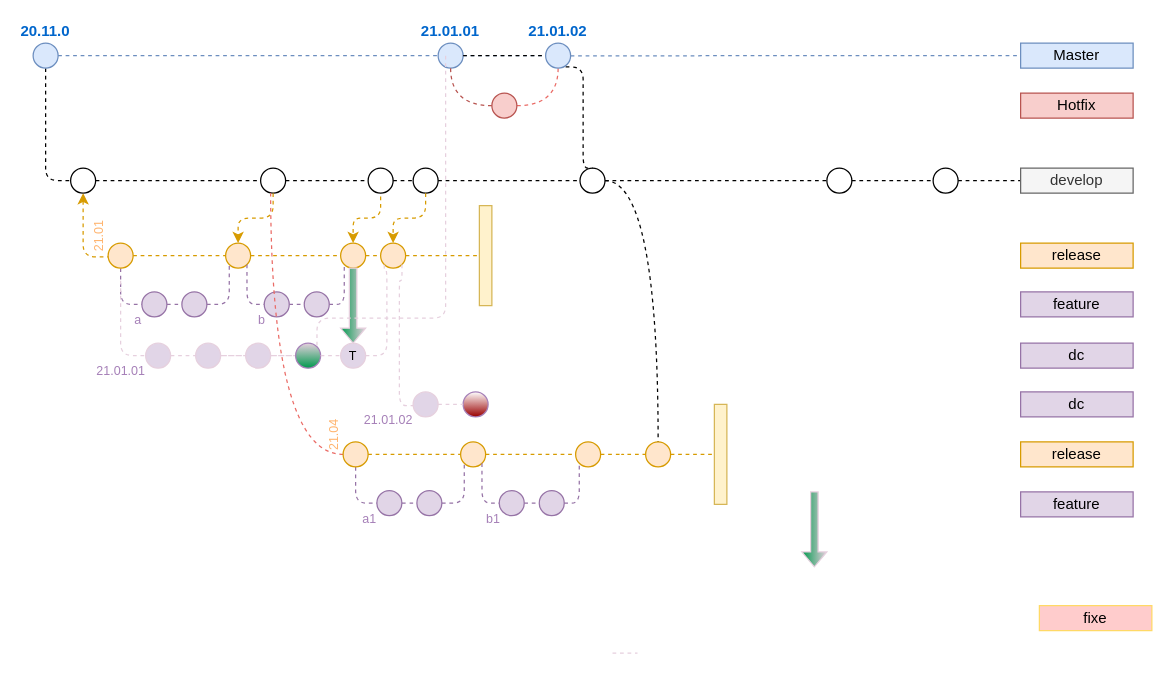
Earlier version of the draw.io diagram page "mw-roa-rel-simple" (4 of 5) of Untitled Diagram.drawio (salmen/gitflowdiagram). Source tidied: cells renumbered, new cells numbered last; positions are measured from the earlier drawing's top-left corner, leaving out a move shared by most shapes. Both pictures are drawn from the tidied source at 125%, with x=0, y=0 at pixel (32, 42).
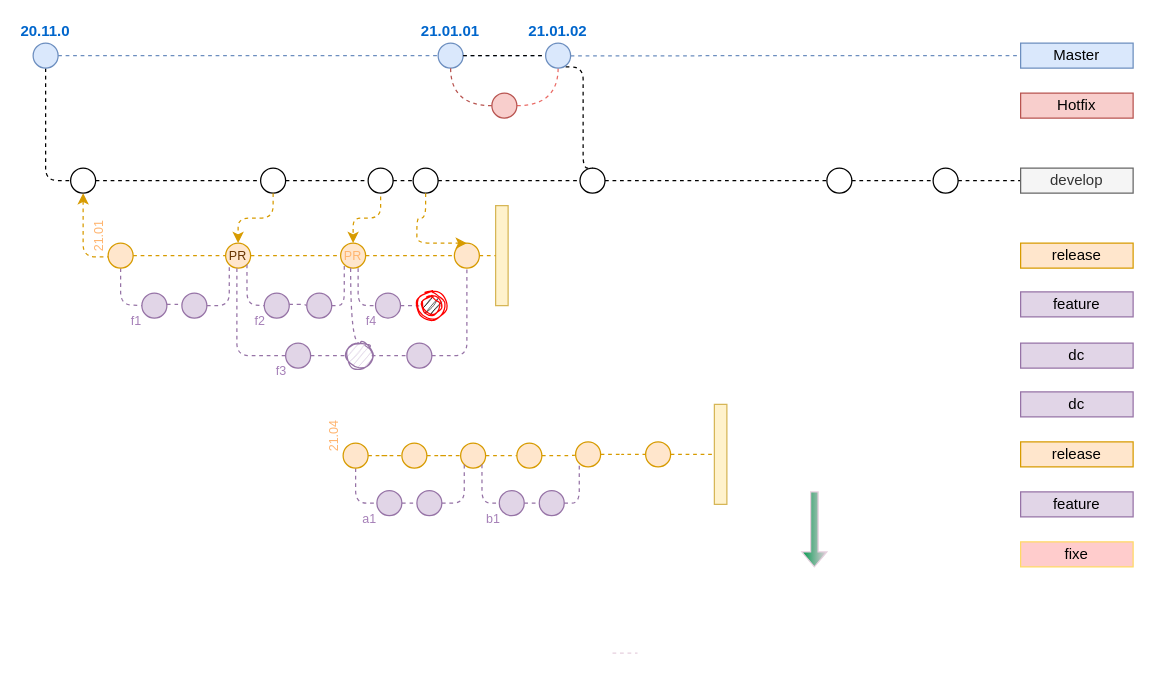
Above is the later version.

Commit message:
release simple

Unchanged cells that the change refers to:
```xml
<mxCell id="20" style="ellipse;whiteSpace=wrap;html=1;fillColor=#FFFFFF;" parent="1" vertex="1">
  <mxGeometry x="437.5" y="100" width="20" height="20" as="geometry" />
</mxCell>
<mxCell id="73" style="ellipse;whiteSpace=wrap;html=1;fillColor=#FFFFFF;" parent="1" vertex="1">
  <mxGeometry x="304" y="100" width="20" height="20" as="geometry" />
</mxCell>
<mxCell id="82" value="&lt;br&gt;" style="ellipse;whiteSpace=wrap;html=1;fontSize=10;labelPosition=center;verticalLabelPosition=top;align=center;verticalAlign=bottom;fillColor=#ffe6cc;strokeColor=#d79b00;fontColor=#FFB570;" parent="1" vertex="1">
  <mxGeometry x="490" y="319" width="20" height="20" as="geometry" />
</mxCell>
<mxCell id="94" value="&lt;br&gt;" style="ellipse;whiteSpace=wrap;html=1;fontSize=10;labelPosition=center;verticalLabelPosition=top;align=center;verticalAlign=bottom;fillColor=#ffe6cc;strokeColor=#d79b00;fontColor=#FFB570;" parent="1" vertex="1">
  <mxGeometry x="434" y="319" width="20" height="20" as="geometry" />
</mxCell>
```

What changed in the source:
```diff
@@
-    <mxCell id="19" style="edgeStyle=orthogonalEdgeStyle;curved=1;rounded=0;jettySize=auto;html=1;dashed=1;startFill=0;endArrow=none;endFill=0;fillColor=#e1d5e7;entryX=0.5;entryY=0;entryDx=0;entryDy=0;" parent="1" edge="1" source="20" target="82">
-      <mxGeometry relative="1" as="geometry" />
-    </mxCell>
@@
     <mxCell id="28" style="ellipse;whiteSpace=wrap;html=1;fontSize=10;fillColor=#e1d5e7;strokeColor=#9673a6;" parent="1" vertex="1">
-      <mxGeometry x="119" y="199" width="20" height="20" as="geometry" />
+      <mxGeometry x="119" y="200" width="20" height="20" as="geometry" />
     </mxCell>
@@
     <mxCell id="32" value="fixe" style="text;html=1;fillColor=#ffcccc;align=center;verticalAlign=middle;whiteSpace=wrap;rounded=0;fontSize=12;strokeColor=#FFD966;" parent="1" vertex="1">
-      <mxGeometry x="805" y="450" width="90" height="20" as="geometry" />
+      <mxGeometry x="790" y="399" width="90" height="20" as="geometry" />
     </mxCell>
@@
-    <mxCell id="35" value="&lt;div style=&quot;text-align: justify&quot;&gt;&lt;span&gt;a&lt;/span&gt;&lt;/div&gt;" style="ellipse;whiteSpace=wrap;html=1;fontSize=10;fillColor=#e1d5e7;strokeColor=#9673a6;verticalAlign=top;labelPosition=left;verticalLabelPosition=bottom;align=right;horizontal=1;fontColor=#A680B8;spacing=0;spacingBottom=2;spacingLeft=0;spacingTop=-8;" parent="1" vertex="1">
-      <mxGeometry x="87" y="199" width="20" height="20" as="geometry" />
+    <mxCell id="35" value="&lt;div style=&quot;text-align: justify&quot;&gt;&lt;span&gt;f1&lt;/span&gt;&lt;/div&gt;" style="ellipse;whiteSpace=wrap;html=1;fontSize=10;fillColor=#e1d5e7;strokeColor=#9673a6;verticalAlign=top;labelPosition=left;verticalLabelPosition=bottom;align=right;horizontal=1;fontColor=#A680B8;spacing=0;spacingBottom=2;spacingLeft=0;spacingTop=-8;" parent="1" vertex="1">
+      <mxGeometry x="87" y="200" width="20" height="20" as="geometry" />
     </mxCell>
@@
     <mxCell id="40" value="&lt;br&gt;" style="ellipse;whiteSpace=wrap;html=1;fontSize=10;labelPosition=center;verticalLabelPosition=top;align=center;verticalAlign=bottom;fillColor=#ffe6cc;strokeColor=#d79b00;fontColor=#FFB570;" parent="1" vertex="1">
-      <mxGeometry x="278" y="160" width="20" height="20" as="geometry" />
+      <mxGeometry x="337" y="160" width="20" height="20" as="geometry" />
     </mxCell>
-    <mxCell id="41" style="ellipse;whiteSpace=wrap;html=1;fontSize=10;fillColor=#ffe6cc;strokeColor=#d79b00;" parent="1" vertex="1">
+    <mxCell id="41" value="PR" style="ellipse;whiteSpace=wrap;html=1;fontSize=10;fillColor=#ffe6cc;strokeColor=#d79b00;fontColor=#663300;" parent="1" vertex="1">
       <mxGeometry x="154" y="160" width="20" height="20" as="geometry" />
     </mxCell>
@@
-    <mxCell id="44" style="edgeStyle=orthogonalEdgeStyle;rounded=1;jettySize=auto;html=1;dashed=1;endArrow=none;endFill=0;fontSize=10;fontColor=#FFB570;fillColor=#ffe6cc;strokeColor=#d79b00;" parent="1" edge="1" source="64">
+    <mxCell id="44" style="edgeStyle=orthogonalEdgeStyle;rounded=1;jettySize=auto;html=1;dashed=1;endArrow=none;endFill=0;fontSize=10;fontColor=#FFB570;fillColor=#ffe6cc;strokeColor=#d79b00;entryX=0;entryY=0.5;entryDx=0;entryDy=0;" parent="1" edge="1" source="64" target="40">
       <mxGeometry relative="1" as="geometry">
-        <mxPoint x="276" y="170" as="targetPoint" />
         <Array as="points">
-          <mxPoint x="276" y="170" />
-          <mxPoint x="276" y="170" />
+          <mxPoint x="297" y="170" />
+          <mxPoint x="297" y="170" />
         </Array>
       </mxGeometry>
     </mxCell>
@@
-    <mxCell id="46" style="edgeStyle=orthogonalEdgeStyle;rounded=1;jettySize=auto;html=1;dashed=1;endArrow=none;endFill=0;fontSize=10;fontColor=#FFB570;fillColor=#e1d5e7;strokeColor=#9673a6;" parent="1" edge="1" source="48" target="47">
+    <mxCell id="46" style="edgeStyle=orthogonalEdgeStyle;rounded=1;jettySize=auto;html=1;dashed=1;endArrow=none;endFill=0;fontSize=10;fontColor=#FFB570;fillColor=#e1d5e7;strokeColor=#9673a6;entryX=0;entryY=0.5;entryDx=0;entryDy=0;" parent="1" edge="1" source="48" target="47">
       <mxGeometry relative="1" as="geometry">
         <Array as="points">
-          <mxPoint x="218" y="209" />
-          <mxPoint x="218" y="209" />
+          <mxPoint x="217" y="209" />
+          <mxPoint x="217" y="209" />
         </Array>
       </mxGeometry>
     </mxCell>
     <mxCell id="47" style="ellipse;whiteSpace=wrap;html=1;fontSize=10;fillColor=#e1d5e7;strokeColor=#9673a6;" parent="1" vertex="1">
-      <mxGeometry x="216.9" y="199" width="20" height="20" as="geometry" />
+      <mxGeometry x="218.9" y="200" width="20" height="20" as="geometry" />
     </mxCell>
-    <mxCell id="48" value="&lt;div style=&quot;text-align: justify&quot;&gt;&lt;span&gt;b&lt;/span&gt;&lt;/div&gt;" style="ellipse;whiteSpace=wrap;html=1;fontSize=10;fillColor=#e1d5e7;strokeColor=#9673a6;verticalAlign=top;labelPosition=left;verticalLabelPosition=bottom;align=right;horizontal=1;spacingTop=-8;spacingLeft=11;spacingRight=-1;spacing=0;fontColor=#A680B8;" parent="1" vertex="1">
-      <mxGeometry x="184.9" y="199" width="20" height="20" as="geometry" />
+    <mxCell id="48" value="&lt;div style=&quot;text-align: justify&quot;&gt;&lt;span&gt;f2&lt;/span&gt;&lt;/div&gt;" style="ellipse;whiteSpace=wrap;html=1;fontSize=10;fillColor=#e1d5e7;strokeColor=#9673a6;verticalAlign=top;labelPosition=left;verticalLabelPosition=bottom;align=right;horizontal=1;spacingTop=-8;spacingLeft=11;spacingRight=-1;spacing=0;fontColor=#A680B8;" parent="1" vertex="1">
+      <mxGeometry x="184.9" y="200" width="20" height="20" as="geometry" />
     </mxCell>
@@
     <mxCell id="50" style="html=1;points=[];perimeter=orthogonalPerimeter;strokeColor=#d6b656;fillColor=#fff2cc;" parent="1" vertex="1">
-      <mxGeometry x="357" y="130" width="10" height="80" as="geometry" />
+      <mxGeometry x="370" y="130" width="10" height="80" as="geometry" />
     </mxCell>
@@
-    <mxCell id="52" style="edgeStyle=orthogonalEdgeStyle;rounded=0;jettySize=auto;html=1;strokeColor=#E6D0DE;fontColor=#A680B8;endArrow=none;endFill=0;dashed=1;" parent="1" edge="1" source="53" target="59">
-      <mxGeometry relative="1" as="geometry" />
-    </mxCell>
-    <mxCell id="53" style="ellipse;whiteSpace=wrap;html=1;fontSize=10;fillColor=#e1d5e7;strokeColor=#E6D0DE;" parent="1" vertex="1">
-      <mxGeometry x="130" y="240" width="20" height="20" as="geometry" />
-    </mxCell>
-    <mxCell id="54" value="&lt;div style=&quot;text-align: justify&quot;&gt;&lt;span&gt;21.01.01&lt;/span&gt;&lt;/div&gt;" style="ellipse;whiteSpace=wrap;html=1;fontSize=10;fillColor=#e1d5e7;verticalAlign=top;labelPosition=left;verticalLabelPosition=bottom;align=right;horizontal=1;fontColor=#A680B8;spacing=0;spacingBottom=0;spacingTop=-8;strokeColor=#E6D0DE;" parent="1" vertex="1">
-      <mxGeometry x="90" y="240" width="20" height="20" as="geometry" />
-    </mxCell>
@@
-    <mxCell id="56" style="edgeStyle=orthogonalEdgeStyle;rounded=1;jettySize=auto;html=1;dashed=1;endArrow=none;endFill=0;fontSize=10;fontColor=#FFB570;fillColor=#e1d5e7;entryX=0;entryY=0.5;entryDx=0;entryDy=0;strokeColor=#E6D0DE;" parent="1" edge="1" target="54">
-      <mxGeometry relative="1" as="geometry">
-        <mxPoint x="70" y="190" as="sourcePoint" />
-        <Array as="points">
-          <mxPoint x="70" y="250" />
-        </Array>
-      </mxGeometry>
-    </mxCell>
-    <mxCell id="57" style="edgeStyle=orthogonalEdgeStyle;rounded=1;jettySize=auto;html=1;dashed=1;endArrow=none;endFill=0;fontSize=10;fontColor=#FFB570;fillColor=#e1d5e7;entryX=0;entryY=0.5;entryDx=0;entryDy=0;strokeColor=#E6D0DE;exitX=1;exitY=0.5;exitDx=0;exitDy=0;" parent="1" edge="1" source="54" target="53">
-      <mxGeometry relative="1" as="geometry" />
-    </mxCell>
-    <mxCell id="58" style="edgeStyle=orthogonalEdgeStyle;rounded=0;jettySize=auto;html=1;dashed=1;endArrow=none;endFill=0;strokeColor=#E6D0DE;fontColor=#A680B8;" parent="1" edge="1" source="59" target="62">
-      <mxGeometry relative="1" as="geometry" />
-    </mxCell>
-    <mxCell id="59" style="ellipse;whiteSpace=wrap;html=1;fontSize=10;fillColor=#e1d5e7;strokeColor=#E6D0DE;direction=south;" parent="1" vertex="1">
-      <mxGeometry x="170" y="240" width="20" height="20" as="geometry" />
-    </mxCell>
@@
-    <mxCell id="62" style="ellipse;whiteSpace=wrap;html=1;fontSize=10;direction=south;gradientColor=#00994D;gradientDirection=east;fillColor=#E6D0DE;strokeColor=#A680B8;" parent="1" vertex="1">
-      <mxGeometry x="210" y="240" width="20" height="20" as="geometry" />
-    </mxCell>
-    <mxCell id="63" style="edgeStyle=orthogonalEdgeStyle;rounded=1;jettySize=auto;html=1;dashed=1;endArrow=none;endFill=0;fontSize=10;fontColor=#FFB570;fillColor=#e1d5e7;entryX=0;entryY=1;entryDx=0;entryDy=0;strokeColor=#E6D0DE;exitX=0.5;exitY=0;exitDx=0;exitDy=0;" parent="1" edge="1" source="66" target="40">
-      <mxGeometry relative="1" as="geometry">
-        <Array as="points">
-          <mxPoint x="283" y="250" />
-          <mxPoint x="283" y="181" />
-          <mxPoint x="281" y="181" />
-        </Array>
-      </mxGeometry>
-    </mxCell>
-    <mxCell id="64" value="&lt;br&gt;" style="ellipse;whiteSpace=wrap;html=1;fontSize=10;labelPosition=center;verticalLabelPosition=top;align=center;verticalAlign=bottom;fillColor=#ffe6cc;strokeColor=#d79b00;fontColor=#FFB570;" parent="1" vertex="1">
+    <mxCell id="64" value="PR" style="ellipse;html=1;fontSize=10;labelPosition=center;verticalLabelPosition=middle;align=center;verticalAlign=middle;fillColor=#ffe6cc;strokeColor=#d79b00;fontColor=#FFB570;whiteSpace=wrap;" parent="1" vertex="1">
       <mxGeometry x="246" y="160" width="20" height="20" as="geometry" />
     </mxCell>
@@
-    <mxCell id="66" value="T" style="ellipse;whiteSpace=wrap;html=1;fontSize=10;fillColor=#e1d5e7;strokeColor=#E6D0DE;direction=south;" parent="1" vertex="1">
-      <mxGeometry x="246" y="240" width="20" height="20" as="geometry" />
-    </mxCell>
-    <mxCell id="67" style="shape=singleArrow;direction=south;whiteSpace=wrap;html=1;strokeColor=#E6D0DE;fillColor=#E6D0DE;gradientColor=#00994D;fontColor=#A680B8;" parent="1" vertex="1">
-      <mxGeometry x="246" y="180" width="20" height="60" as="geometry" />
-    </mxCell>
-    <mxCell id="68" style="ellipse;whiteSpace=wrap;html=1;fontSize=10;strokeColor=#A680B8;fillColor=#990000;gradientColor=#ffffff;gradientDirection=north;" parent="1" vertex="1">
-      <mxGeometry x="344" y="279" width="20" height="20" as="geometry" />
-    </mxCell>
-    <mxCell id="69" value="&lt;div style=&quot;text-align: justify&quot;&gt;&lt;span&gt;21.01.02&lt;/span&gt;&lt;/div&gt;" style="ellipse;whiteSpace=wrap;html=1;fontSize=10;fillColor=#e1d5e7;verticalAlign=top;labelPosition=left;verticalLabelPosition=bottom;align=right;horizontal=1;fontColor=#A680B8;spacing=0;spacingBottom=0;spacingTop=-8;strokeColor=#E6D0DE;" parent="1" vertex="1">
-      <mxGeometry x="304" y="279" width="20" height="20" as="geometry" />
-    </mxCell>
-    <mxCell id="70" style="edgeStyle=orthogonalEdgeStyle;rounded=1;jettySize=auto;html=1;dashed=1;endArrow=none;endFill=0;fontSize=10;fontColor=#FFB570;fillColor=#e1d5e7;entryX=0;entryY=0.5;entryDx=0;entryDy=0;strokeColor=#E6D0DE;exitX=1;exitY=0.5;exitDx=0;exitDy=0;" parent="1" edge="1" source="69" target="68">
-      <mxGeometry relative="1" as="geometry" />
-    </mxCell>
-    <mxCell id="71" style="edgeStyle=orthogonalEdgeStyle;rounded=0;jettySize=auto;html=1;dashed=1;endArrow=none;endFill=0;strokeColor=#E6D0DE;fontColor=#A680B8;exitX=0.5;exitY=0;exitDx=0;exitDy=0;entryX=0.5;entryY=1;entryDx=0;entryDy=0;" parent="1" edge="1" source="62" target="66">
-      <mxGeometry relative="1" as="geometry">
-        <Array as="points">
-          <mxPoint x="246" y="250" />
-          <mxPoint x="246" y="250" />
-        </Array>
-      </mxGeometry>
-    </mxCell>
-    <mxCell id="72" style="edgeStyle=orthogonalEdgeStyle;rounded=1;jettySize=auto;html=1;dashed=1;endArrow=none;endFill=0;fontSize=10;fontColor=#FFB570;fillColor=#e1d5e7;strokeColor=#E6D0DE;entryX=0;entryY=0;entryDx=0;entryDy=0;" parent="1" edge="1" target="62">
-      <mxGeometry relative="1" as="geometry">
-        <mxPoint x="330" y="10" as="sourcePoint" />
-        <Array as="points">
-          <mxPoint x="330" y="220" />
-          <mxPoint x="227" y="220" />
-        </Array>
-      </mxGeometry>
-    </mxCell>
@@
-    <mxCell id="75" style="edgeStyle=orthogonalEdgeStyle;rounded=1;jettySize=auto;html=1;dashed=1;endArrow=none;endFill=0;fontSize=10;fontColor=#FFB570;fillColor=#e1d5e7;strokeColor=#E6D0DE;exitX=1;exitY=1;exitDx=0;exitDy=0;" parent="1" edge="1" source="40">
-      <mxGeometry relative="1" as="geometry">
-        <mxPoint x="304" y="290" as="targetPoint" />
-        <Array as="points">
-          <mxPoint x="295" y="190" />
-          <mxPoint x="293" y="190" />
-          <mxPoint x="293" y="290" />
-        </Array>
-      </mxGeometry>
-    </mxCell>
@@
-    <mxCell id="77" style="edgeStyle=orthogonalEdgeStyle;curved=1;rounded=0;jettySize=auto;html=1;dashed=1;startFill=0;endArrow=none;endFill=0;strokeColor=#EA6B66;fillColor=#e1d5e7;" parent="1" edge="1" source="78">
-      <mxGeometry relative="1" as="geometry">
-        <mxPoint x="190" y="120" as="targetPoint" />
-      </mxGeometry>
-    </mxCell>
     <mxCell id="78" value="21.04" style="ellipse;whiteSpace=wrap;html=1;fontSize=10;labelPosition=left;verticalLabelPosition=bottom;align=right;verticalAlign=top;fillColor=#ffe6cc;strokeColor=#d79b00;fontColor=#FFB570;horizontal=0;" parent="1" vertex="1">
-      <mxGeometry x="248" y="319" width="20" height="20" as="geometry" />
+      <mxGeometry x="248" y="320" width="20" height="20" as="geometry" />
     </mxCell>
@@
     <mxCell id="83" style="ellipse;whiteSpace=wrap;html=1;fontSize=10;fillColor=#ffe6cc;strokeColor=#d79b00;" parent="1" vertex="1">
-      <mxGeometry x="342" y="319" width="20" height="20" as="geometry" />
+      <mxGeometry x="342" y="320" width="20" height="20" as="geometry" />
     </mxCell>
-    <mxCell id="84" style="edgeStyle=orthogonalEdgeStyle;rounded=1;jettySize=auto;html=1;dashed=1;endArrow=none;endFill=0;fontSize=10;fontColor=#FFB570;fillColor=#ffe6cc;strokeColor=#d79b00;" parent="1" edge="1" source="78" target="83">
+    <mxCell id="84" style="edgeStyle=orthogonalEdgeStyle;rounded=1;jettySize=auto;html=1;dashed=1;endArrow=none;endFill=0;fontSize=10;fontColor=#FFB570;fillColor=#ffe6cc;strokeColor=#d79b00;" parent="1" edge="1" source="102" target="83">
       <mxGeometry relative="1" as="geometry" />
     </mxCell>
@@
-    <mxCell id="95" style="edgeStyle=orthogonalEdgeStyle;rounded=1;jettySize=auto;html=1;dashed=1;endArrow=none;endFill=0;fontSize=10;fontColor=#FFB570;fillColor=#ffe6cc;strokeColor=#d79b00;entryX=0;entryY=0.5;entryDx=0;entryDy=0;exitX=1;exitY=0.5;exitDx=0;exitDy=0;" parent="1" edge="1" source="83" target="94">
+    <mxCell id="95" style="edgeStyle=orthogonalEdgeStyle;rounded=1;jettySize=auto;html=1;dashed=1;endArrow=none;endFill=0;fontSize=10;fontColor=#FFB570;fillColor=#ffe6cc;strokeColor=#d79b00;entryX=0;entryY=0.5;entryDx=0;entryDy=0;exitX=1;exitY=0.5;exitDx=0;exitDy=0;" parent="1" edge="1" source="104" target="94">
       <mxGeometry relative="1" as="geometry" />
     </mxCell>
@@
     <mxCell id="101" style="edgeStyle=orthogonalEdgeStyle;rounded=1;jettySize=auto;html=1;dashed=1;endArrow=classic;endFill=1;fontSize=10;fontColor=#FFB570;fillColor=#ffe6cc;strokeColor=#d79b00;exitX=0.5;exitY=1;exitDx=0;exitDy=0;entryX=0.5;entryY=0;entryDx=0;entryDy=0;" parent="1" edge="1" source="73" target="40">
       <mxGeometry relative="1" as="geometry">
         <Array as="points">
           <mxPoint x="314" y="140" />
-          <mxPoint x="288" y="140" />
+          <mxPoint x="307" y="140" />
         </Array>
       </mxGeometry>
     </mxCell>
+    <mxCell id="102" value="&lt;br&gt;" style="ellipse;whiteSpace=wrap;html=1;fontSize=10;labelPosition=center;verticalLabelPosition=top;align=center;verticalAlign=bottom;fillColor=#ffe6cc;strokeColor=#d79b00;fontColor=#FFB570;" parent="1" vertex="1">
+      <mxGeometry x="295" y="320" width="20" height="20" as="geometry" />
+    </mxCell>
+    <mxCell id="103" style="edgeStyle=orthogonalEdgeStyle;rounded=1;jettySize=auto;html=1;dashed=1;endArrow=none;endFill=0;fontSize=10;fontColor=#FFB570;fillColor=#ffe6cc;strokeColor=#d79b00;" parent="1" edge="1" source="78" target="102">
+      <mxGeometry relative="1" as="geometry" />
+    </mxCell>
+    <mxCell id="104" value="&lt;br&gt;" style="ellipse;whiteSpace=wrap;html=1;fontSize=10;labelPosition=center;verticalLabelPosition=top;align=center;verticalAlign=bottom;fillColor=#ffe6cc;strokeColor=#d79b00;fontColor=#FFB570;" parent="1" vertex="1">
+      <mxGeometry x="387" y="320" width="20" height="20" as="geometry" />
+    </mxCell>
+    <mxCell id="105" style="edgeStyle=orthogonalEdgeStyle;rounded=1;jettySize=auto;html=1;dashed=1;endArrow=none;endFill=0;fontSize=10;fontColor=#FFB570;fillColor=#ffe6cc;strokeColor=#d79b00;entryX=0;entryY=0.5;entryDx=0;entryDy=0;exitX=1;exitY=0.5;exitDx=0;exitDy=0;" parent="1" edge="1" source="83" target="104">
+      <mxGeometry relative="1" as="geometry" />
+    </mxCell>
+    <mxCell id="106" value="&lt;div style=&quot;text-align: justify&quot;&gt;&lt;span&gt;f4&lt;/span&gt;&lt;/div&gt;" style="ellipse;whiteSpace=wrap;html=1;fontSize=10;fillColor=#e1d5e7;strokeColor=#9673a6;verticalAlign=top;labelPosition=left;verticalLabelPosition=bottom;align=right;horizontal=1;spacingTop=-8;spacingLeft=11;spacingRight=-1;spacing=0;fontColor=#A680B8;" parent="1" vertex="1">
+      <mxGeometry x="273.9" y="199.9" width="20" height="20" as="geometry" />
+    </mxCell>
+    <mxCell id="107" style="edgeStyle=orthogonalEdgeStyle;rounded=1;jettySize=auto;html=1;dashed=1;endArrow=none;endFill=0;fontSize=10;fontColor=#FFB570;fillColor=#e1d5e7;strokeColor=#9673a6;exitX=1;exitY=1;exitDx=0;exitDy=0;entryX=0;entryY=0.5;entryDx=0;entryDy=0;" parent="1" edge="1" target="106">
+      <mxGeometry relative="1" as="geometry">
+        <mxPoint x="260" y="180" as="sourcePoint" />
+        <Array as="points">
+          <mxPoint x="260" y="210" />
+        </Array>
+      </mxGeometry>
+    </mxCell>
+    <mxCell id="108" style="edgeStyle=orthogonalEdgeStyle;rounded=1;jettySize=auto;html=1;dashed=1;endArrow=none;endFill=0;fontSize=10;fontColor=#FFB570;fillColor=#e1d5e7;strokeColor=#9673a6;entryX=0.159;entryY=0.529;entryDx=0;entryDy=0;exitX=1;exitY=0.5;exitDx=0;exitDy=0;entryPerimeter=0;" parent="1" edge="1" source="106" target="117">
+      <mxGeometry relative="1" as="geometry">
+        <Array as="points">
+          <mxPoint x="306" y="210" />
+        </Array>
+      </mxGeometry>
+    </mxCell>
+    <mxCell id="109" value="&lt;div style=&quot;text-align: justify&quot;&gt;&lt;span&gt;f3&lt;/span&gt;&lt;/div&gt;" style="ellipse;whiteSpace=wrap;html=1;fontSize=10;fillColor=#e1d5e7;strokeColor=#9673a6;verticalAlign=top;labelPosition=left;verticalLabelPosition=bottom;align=right;horizontal=1;spacingTop=-8;spacingLeft=11;spacingRight=-1;spacing=0;fontColor=#A680B8;" parent="1" vertex="1">
+      <mxGeometry x="202" y="240" width="20" height="20" as="geometry" />
+    </mxCell>
+    <mxCell id="110" style="ellipse;whiteSpace=wrap;html=1;fontSize=10;fillColor=#e1d5e7;strokeColor=#9673a6;shadow=0;sketch=1;" parent="1" vertex="1">
+      <mxGeometry x="250.9" y="240" width="20" height="20" as="geometry" />
+    </mxCell>
+    <mxCell id="111" style="ellipse;whiteSpace=wrap;html=1;fontSize=10;fillColor=#e1d5e7;strokeColor=#9673a6;" parent="1" vertex="1">
+      <mxGeometry x="299" y="240" width="20" height="20" as="geometry" />
+    </mxCell>
+    <mxCell id="112" style="edgeStyle=orthogonalEdgeStyle;rounded=1;jettySize=auto;html=1;dashed=1;endArrow=none;endFill=0;fontSize=10;fontColor=#FFB570;fillColor=#e1d5e7;strokeColor=#9673a6;entryX=0;entryY=0.5;entryDx=0;entryDy=0;" parent="1" edge="1" target="109">
+      <mxGeometry relative="1" as="geometry">
+        <mxPoint x="163" y="180" as="sourcePoint" />
+        <Array as="points">
+          <mxPoint x="163" y="180" />
+          <mxPoint x="163" y="250" />
+        </Array>
+      </mxGeometry>
+    </mxCell>
+    <mxCell id="113" style="edgeStyle=orthogonalEdgeStyle;rounded=1;jettySize=auto;html=1;dashed=1;endArrow=none;endFill=0;fontSize=10;fontColor=#FFB570;fillColor=#e1d5e7;strokeColor=#9673a6;entryX=0;entryY=0.5;entryDx=0;entryDy=0;exitX=1;exitY=0.5;exitDx=0;exitDy=0;" parent="1" edge="1" source="109" target="110">
+      <mxGeometry relative="1" as="geometry">
+        <Array as="points">
+          <mxPoint x="236" y="250" />
+          <mxPoint x="236" y="250" />
+        </Array>
+      </mxGeometry>
+    </mxCell>
+    <mxCell id="114" style="edgeStyle=orthogonalEdgeStyle;rounded=1;jettySize=auto;html=1;dashed=1;endArrow=none;endFill=0;fontSize=10;fontColor=#FFB570;fillColor=#e1d5e7;strokeColor=#9673a6;entryX=0;entryY=0.5;entryDx=0;entryDy=0;exitX=1;exitY=0.5;exitDx=0;exitDy=0;" parent="1" edge="1" source="110" target="111">
+      <mxGeometry relative="1" as="geometry" />
+    </mxCell>
+    <mxCell id="115" style="edgeStyle=orthogonalEdgeStyle;rounded=1;jettySize=auto;html=1;endArrow=none;endFill=0;fontSize=10;fontColor=#FFB570;fillColor=#e1d5e7;strokeColor=#9673a6;entryX=0.5;entryY=0;entryDx=0;entryDy=0;curved=1;startArrow=none;startFill=0;dashed=1;" parent="1" edge="1" target="110">
+      <mxGeometry relative="1" as="geometry">
+        <mxPoint x="254" y="180" as="sourcePoint" />
+        <Array as="points">
+          <mxPoint x="254" y="180" />
+          <mxPoint x="254" y="240" />
+        </Array>
+      </mxGeometry>
+    </mxCell>
+    <mxCell id="116" style="edgeStyle=orthogonalEdgeStyle;rounded=1;jettySize=auto;html=1;dashed=1;endArrow=none;endFill=0;fontSize=10;fontColor=#FFB570;fillColor=#e1d5e7;strokeColor=#9673a6;exitX=1;exitY=0.5;exitDx=0;exitDy=0;entryX=0.5;entryY=1;entryDx=0;entryDy=0;" parent="1" edge="1" source="111" target="40">
+      <mxGeometry relative="1" as="geometry" />
+    </mxCell>
+    <mxCell id="117" style="ellipse;html=1;shape=endState;fillColor=#000000;strokeColor=#ff0000;shadow=0;sketch=1;fontSize=10;fontColor=#663300;" parent="1" vertex="1">
+      <mxGeometry x="307" y="198.5" width="23" height="23" as="geometry" />
+    </mxCell>
```
